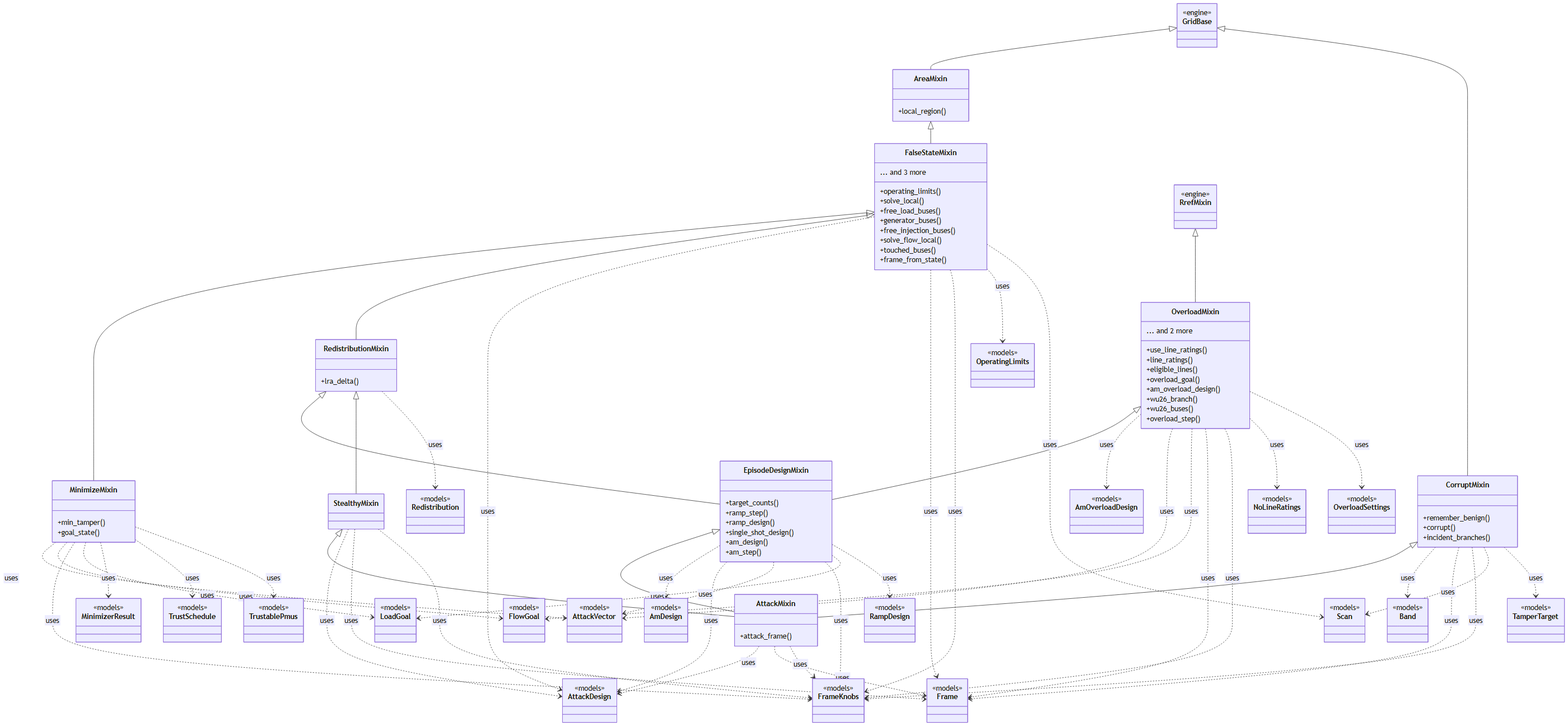
myersben9/fdia-graph keeps this Mermaid diagram as docs/figures/diagrams/classes_attacks.png. Above is the earlier version. Its source is kept beside it as docs/figures/diagrams/classes_attacks.mmd.
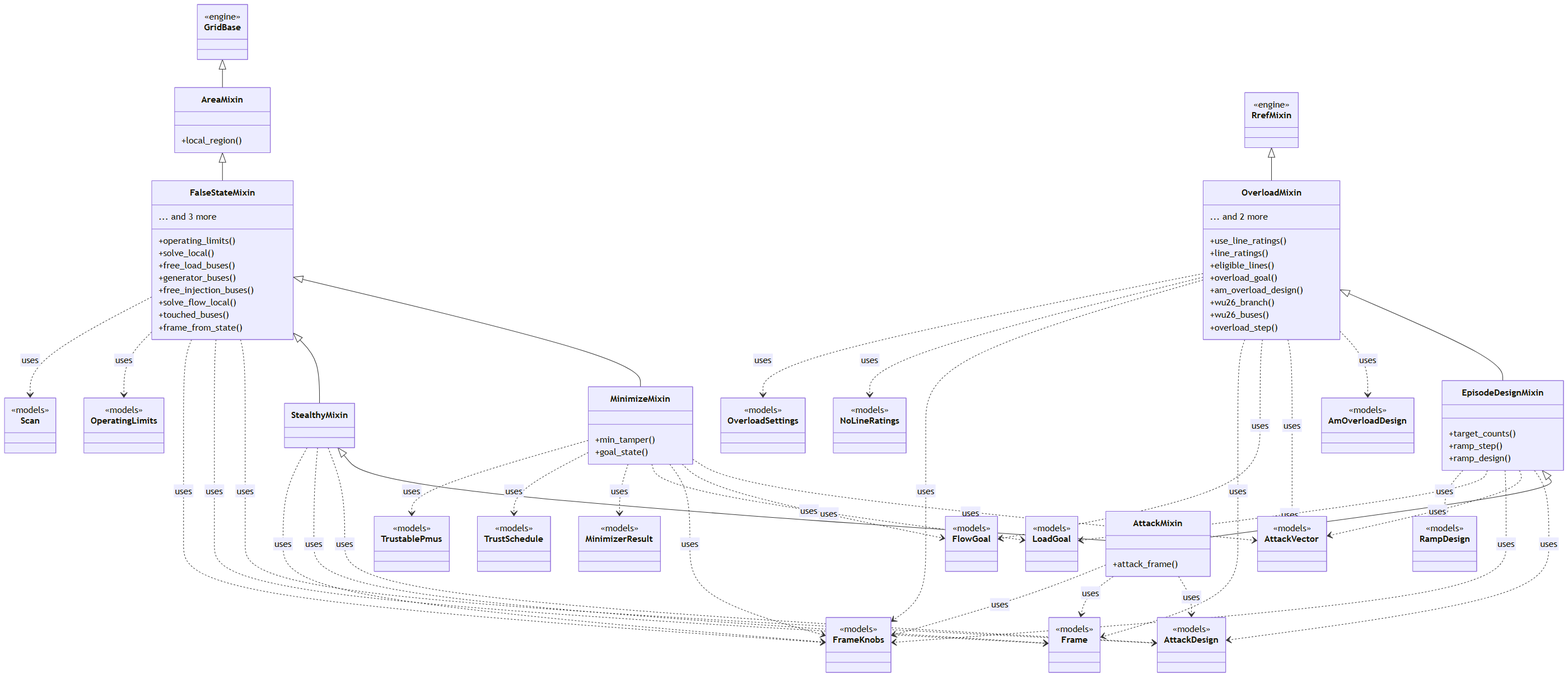
After the change.

Diff of the diagram source:
```diff
@@ -28,29 +28,15 @@
         +overload_step()
         ... and 2 more
     }
-    class RedistributionMixin {
-        +lra_delta()
-    }
     class StealthyMixin {
     }
     class EpisodeDesignMixin {
         +target_counts()
         +ramp_step()
         +ramp_design()
-        +single_shot_design()
-        +am_design()
-        +am_step()
-    }
-    class CorruptMixin {
-        +remember_benign()
-        +corrupt()
-        +incident_branches()
     }
     class AttackMixin {
         +attack_frame()
-    }
-    class AmDesign {
-        <<models>>
     }
     class AmOverloadDesign {
         <<models>>
@@ -59,9 +45,6 @@
         <<models>>
     }
     class AttackVector {
-        <<models>>
-    }
-    class Band {
         <<models>>
     }
     class FlowGoal {
@@ -94,16 +77,10 @@
     class RampDesign {
         <<models>>
     }
-    class Redistribution {
-        <<models>>
-    }
     class RrefMixin {
         <<engine>>
     }
     class Scan {
-        <<models>>
-    }
-    class TamperTarget {
         <<models>>
     }
     class TrustSchedule {
@@ -113,26 +90,16 @@
         <<models>>
     }
     AreaMixin <|-- FalseStateMixin
-    CorruptMixin <|-- AttackMixin
     EpisodeDesignMixin <|-- AttackMixin
     FalseStateMixin <|-- MinimizeMixin
-    FalseStateMixin <|-- RedistributionMixin
+    FalseStateMixin <|-- StealthyMixin
     GridBase <|-- AreaMixin
-    GridBase <|-- CorruptMixin
     OverloadMixin <|-- EpisodeDesignMixin
-    RedistributionMixin <|-- EpisodeDesignMixin
-    RedistributionMixin <|-- StealthyMixin
     RrefMixin <|-- OverloadMixin
     StealthyMixin <|-- AttackMixin
     AttackMixin ..> AttackDesign : uses
     AttackMixin ..> Frame : uses
     AttackMixin ..> FrameKnobs : uses
-    CorruptMixin ..> Band : uses
-    CorruptMixin ..> Frame : uses
-    CorruptMixin ..> FrameKnobs : uses
-    CorruptMixin ..> Scan : uses
-    CorruptMixin ..> TamperTarget : uses
-    EpisodeDesignMixin ..> AmDesign : uses
     EpisodeDesignMixin ..> AttackDesign : uses
     EpisodeDesignMixin ..> AttackVector : uses
     EpisodeDesignMixin ..> FrameKnobs : uses
@@ -157,7 +124,6 @@
     OverloadMixin ..> FrameKnobs : uses
     OverloadMixin ..> NoLineRatings : uses
     OverloadMixin ..> OverloadSettings : uses
-    RedistributionMixin ..> Redistribution : uses
     StealthyMixin ..> AttackDesign : uses
     StealthyMixin ..> Frame : uses
     StealthyMixin ..> FrameKnobs : uses
```
